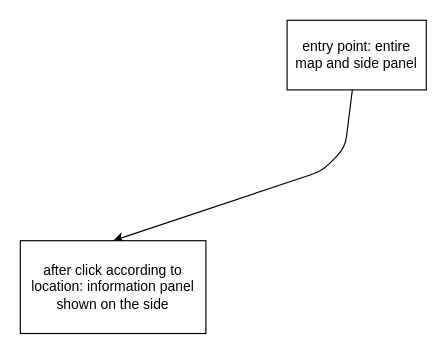
This is ux-design/wireframe.drawio from sachiniyer/resow, a draw.io file, before an edit. Source tidied: cells renumbered, new cells numbered last; positions are measured from the earlier drawing's top-left corner, leaving out a move shared by most shapes. Both pictures are drawn from the tidied source at 116%, with x=0, y=0 at pixel (20, 20).
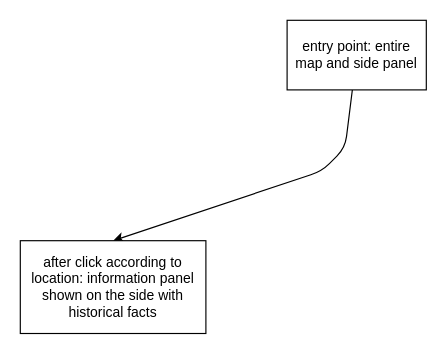
After the change.

Commit message:
add historical facts message to second page

The edit, as a diff of the source:
```diff
@@
 <mxGraphModel>
   <root>
     <mxCell id="0" />
     <mxCell id="1" parent="0" />
     <mxCell id="2" style="edgeStyle=none;html=1;entryX=0.5;entryY=0;entryDx=0;entryDy=0;" parent="1" edge="1" source="3" target="4">
       <mxGeometry relative="1" as="geometry">
         <Array as="points">
           <mxPoint x="280" y="110" />
           <mxPoint x="260" y="130" />
         </Array>
       </mxGeometry>
     </mxCell>
     <mxCell id="3" value="&lt;div&gt;entry point: entire map and side panel&lt;/div&gt;" style="whiteSpace=wrap;html=1;" parent="1" vertex="1">
       <mxGeometry x="230" width="120" height="60" as="geometry" />
     </mxCell>
-    <mxCell id="4" value="after click according to location: information panel shown on the side" style="whiteSpace=wrap;html=1;" parent="1" vertex="1">
+    <mxCell id="4" value="after click according to location: information panel shown on the side with historical facts" style="whiteSpace=wrap;html=1;" parent="1" vertex="1">
       <mxGeometry y="190" width="160" height="80" as="geometry" />
     </mxCell>
   </root>
 </mxGraphModel>
```
